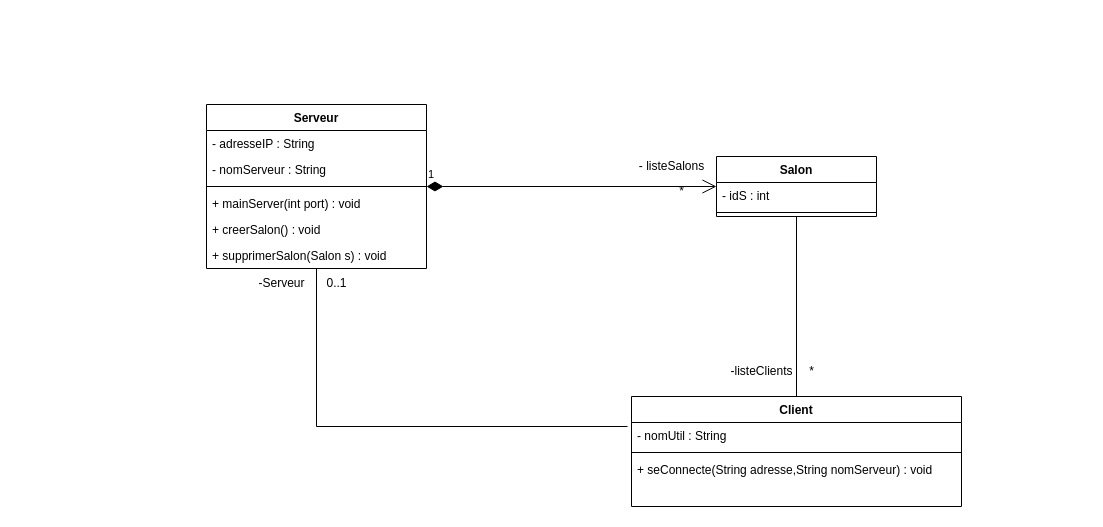
The draw.io diagram DiagrammeSAESysteme.drawio in RomainMartins45/SAE_Systeme, before the edit. Source tidied: cells renumbered, new cells numbered last; positions are measured from the earlier drawing's top-left corner, leaving out a move shared by most shapes. Both pictures are drawn from the tidied source at 100%, with x=0, y=0 at pixel (206, 104).
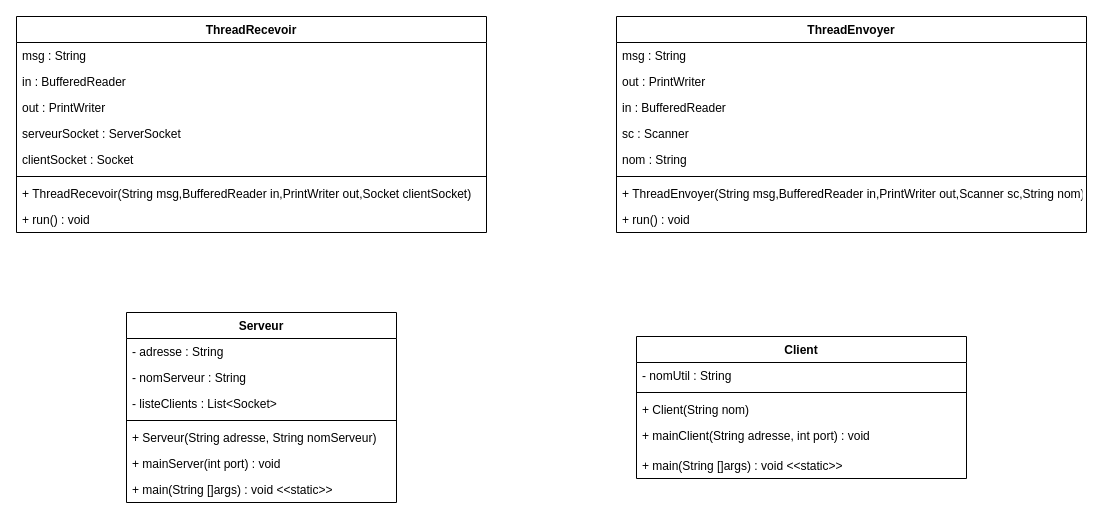
The same page after the edit.

Commit message:
modif diagram

The change refers to these unchanged cells:
```xml
<mxCell id="13" value="- nomUtil : String" style="text;strokeColor=none;fillColor=none;align=left;verticalAlign=top;spacingLeft=4;spacingRight=4;overflow=hidden;points=[[0,0.5],[1,0.5]];portConstraint=eastwest;" parent="12" vertex="1">
  <mxGeometry y="26" width="330" height="26" as="geometry" />
</mxCell>
```

The edit, as a diff of the source:
```diff
@@
     <mxCell id="2" value="Serveur" style="swimlane;fontStyle=1;align=center;verticalAlign=top;horizontal=1;startSize=26;" parent="1" vertex="1">
-      <mxGeometry width="220" height="164" as="geometry" />
+      <mxGeometry x="-80" y="208" width="270" height="190" as="geometry" />
     </mxCell>
-    <mxCell id="3" value="- adresseIP : String" style="text;strokeColor=none;fillColor=none;align=left;verticalAlign=top;spacingLeft=4;spacingRight=4;overflow=hidden;" parent="2" vertex="1">
-      <mxGeometry y="26" width="220" height="26" as="geometry" />
+    <mxCell id="3" value="- adresse : String" style="text;strokeColor=none;fillColor=none;align=left;verticalAlign=top;spacingLeft=4;spacingRight=4;overflow=hidden;" parent="2" vertex="1">
+      <mxGeometry y="26" width="270" height="26" as="geometry" />
     </mxCell>
     <mxCell id="4" value="- nomServeur : String" style="text;strokeColor=none;fillColor=none;align=left;verticalAlign=top;spacingLeft=4;spacingRight=4;overflow=hidden;" parent="2" vertex="1">
-      <mxGeometry y="52" width="220" height="26" as="geometry" />
+      <mxGeometry y="52" width="270" height="26" as="geometry" />
     </mxCell>
+    <mxCell id="25" value="- listeClients : List&lt;Socket&gt;" style="text;strokeColor=none;fillColor=none;align=left;verticalAlign=top;spacingLeft=4;spacingRight=4;overflow=hidden;" parent="2" vertex="1">
+      <mxGeometry y="78" width="270" height="26" as="geometry" />
+    </mxCell>
     <mxCell id="5" style="line;strokeWidth=1;fillColor=none;align=left;verticalAlign=middle;spacingTop=-1;spacingLeft=3;spacingRight=3;labelPosition=right;strokeColor=inherit;" parent="2" vertex="1">
-      <mxGeometry y="78" width="220" height="8" as="geometry" />
+      <mxGeometry y="104" width="270" height="8" as="geometry" />
     </mxCell>
+    <mxCell id="26" value="+ Serveur(String adresse, String nomServeur)" style="text;strokeColor=none;fillColor=none;align=left;verticalAlign=top;spacingLeft=4;spacingRight=4;overflow=hidden;" parent="2" vertex="1">
+      <mxGeometry y="112" width="270" height="26" as="geometry" />
+    </mxCell>
     <mxCell id="6" value="+ mainServer(int port) : void" style="text;strokeColor=none;fillColor=none;align=left;verticalAlign=top;spacingLeft=4;spacingRight=4;overflow=hidden;" parent="2" vertex="1">
-      <mxGeometry y="86" width="220" height="26" as="geometry" />
+      <mxGeometry y="138" width="270" height="26" as="geometry" />
     </mxCell>
-    <mxCell id="7" value="+ creerSalon() : void&#10;" style="text;strokeColor=none;fillColor=none;align=left;verticalAlign=top;spacingLeft=4;spacingRight=4;overflow=hidden;" parent="2" vertex="1">
-      <mxGeometry y="112" width="220" height="26" as="geometry" />
-    </mxCell>
-    <mxCell id="8" value="+ supprimerSalon(Salon s) : void" style="text;strokeColor=none;fillColor=none;align=left;verticalAlign=top;spacingLeft=4;spacingRight=4;overflow=hidden;" parent="2" vertex="1">
-      <mxGeometry y="138" width="220" height="26" as="geometry" />
-    </mxCell>
-    <mxCell id="9" value="Salon" style="swimlane;fontStyle=1;align=center;verticalAlign=top;horizontal=1;startSize=26;" parent="1" vertex="1">
-      <mxGeometry x="510" y="52" width="160" height="60" as="geometry" />
-    </mxCell>
-    <mxCell id="10" value="- idS : int" style="text;strokeColor=none;fillColor=none;align=left;verticalAlign=top;spacingLeft=4;spacingRight=4;overflow=hidden;" parent="9" vertex="1">
-      <mxGeometry y="26" width="160" height="26" as="geometry" />
-    </mxCell>
-    <mxCell id="11" style="line;strokeWidth=1;fillColor=none;align=left;verticalAlign=middle;spacingTop=-1;spacingLeft=3;spacingRight=3;labelPosition=right;strokeColor=inherit;" parent="9" vertex="1">
-      <mxGeometry y="52" width="160" height="8" as="geometry" />
-    </mxCell>
+    <mxCell id="27" value="+ main(String []args) : void &lt;&lt;static&gt;&gt;" style="text;strokeColor=none;fillColor=none;align=left;verticalAlign=top;spacingLeft=4;spacingRight=4;overflow=hidden;" parent="2" vertex="1">
+      <mxGeometry y="164" width="270" height="26" as="geometry" />
+    </mxCell>
     <mxCell id="12" value="Client" style="swimlane;fontStyle=1;align=center;verticalAlign=top;horizontal=1;startSize=26;" parent="1" vertex="1">
-      <mxGeometry x="425" y="292" width="330" height="110" as="geometry" />
+      <mxGeometry x="430" y="232" width="330" height="142" as="geometry" />
     </mxCell>
@@
+    <mxCell id="28" value="+ Client(String nom)" style="text;strokeColor=none;fillColor=none;align=left;verticalAlign=top;spacingLeft=4;spacingRight=4;overflow=hidden;" parent="12" vertex="1">
+      <mxGeometry y="60" width="330" height="26" as="geometry" />
+    </mxCell>
-    <mxCell id="15" value="+ seConnecte(String adresse,String nomServeur) : void" style="text;strokeColor=none;fillColor=none;align=left;verticalAlign=top;spacingLeft=4;spacingRight=4;overflow=hidden;" parent="12" vertex="1">
-      <mxGeometry y="60" width="330" height="50" as="geometry" />
+    <mxCell id="15" value="+ mainClient(String adresse, int port) : void" style="text;strokeColor=none;fillColor=none;align=left;verticalAlign=top;spacingLeft=4;spacingRight=4;overflow=hidden;" parent="12" vertex="1">
+      <mxGeometry y="86" width="330" height="30" as="geometry" />
     </mxCell>
-    <mxCell id="16" value="1" style="endArrow=open;html=1;endSize=12;startArrow=diamondThin;startSize=14;startFill=1;edgeStyle=orthogonalEdgeStyle;align=left;verticalAlign=bottom;rounded=0;exitX=1;exitY=0.5;exitDx=0;exitDy=0;entryX=0;entryY=0.5;entryDx=0;entryDy=0;" parent="1" edge="1" source="2" target="9">
-      <mxGeometry x="-1" y="3" relative="1" as="geometry" />
-    </mxCell>
-    <mxCell id="17" value="- listeSalons" style="text;html=1;align=center;verticalAlign=middle;strokeColor=none;fillColor=none;" parent="1" vertex="1">
-      <mxGeometry x="420" y="47" width="90" height="30" as="geometry" />
-    </mxCell>
-    <mxCell id="18" value="*" style="text;html=1;align=center;verticalAlign=middle;strokeColor=none;fillColor=none;" parent="1" vertex="1">
-      <mxGeometry x="460" y="72" width="30" height="30" as="geometry" />
-    </mxCell>
-    <mxCell id="19" style="endArrow=none;html=1;edgeStyle=orthogonalEdgeStyle;rounded=0;entryX=0.5;entryY=1;entryDx=0;entryDy=0;exitX=0.5;exitY=0;exitDx=0;exitDy=0;" parent="1" edge="1" source="12" target="9">
-      <mxGeometry relative="1" as="geometry" />
-    </mxCell>
-    <mxCell id="20" value="-listeClients" style="text;html=1;align=center;verticalAlign=middle;strokeColor=none;fillColor=none;" parent="1" vertex="1">
-      <mxGeometry x="510" y="252" width="90" height="30" as="geometry" />
-    </mxCell>
-    <mxCell id="21" value="*" style="text;html=1;align=center;verticalAlign=middle;strokeColor=none;fillColor=none;" parent="1" vertex="1">
-      <mxGeometry x="590" y="252" width="30" height="30" as="geometry" />
-    </mxCell>
-    <mxCell id="22" style="endArrow=none;html=1;edgeStyle=orthogonalEdgeStyle;rounded=0;entryX=-0.012;entryY=0.154;entryDx=0;entryDy=0;entryPerimeter=0;exitX=0.5;exitY=1;exitDx=0;exitDy=0;" parent="1" edge="1" source="2" target="13">
-      <mxGeometry relative="1" as="geometry" />
-    </mxCell>
-    <mxCell id="23" value="-Serveur" style="text;html=1;align=center;verticalAlign=middle;strokeColor=none;fillColor=none;" parent="1" vertex="1">
-      <mxGeometry x="40" y="164" width="70" height="30" as="geometry" />
-    </mxCell>
-    <mxCell id="24" value="0..1" style="text;html=1;align=center;verticalAlign=middle;strokeColor=none;fillColor=none;" parent="1" vertex="1">
-      <mxGeometry x="110" y="164" width="40" height="30" as="geometry" />
-    </mxCell>
+    <mxCell id="29" value="+ main(String []args) : void &lt;&lt;static&gt;&gt;" style="text;strokeColor=none;fillColor=none;align=left;verticalAlign=top;spacingLeft=4;spacingRight=4;overflow=hidden;" parent="12" vertex="1">
+      <mxGeometry y="116" width="330" height="26" as="geometry" />
+    </mxCell>
+    <mxCell id="30" value="ThreadRecevoir" style="swimlane;fontStyle=1;align=center;verticalAlign=top;horizontal=1;startSize=26;" parent="1" vertex="1">
+      <mxGeometry x="-190" y="-88" width="470" height="216" as="geometry" />
+    </mxCell>
+    <mxCell id="31" value="msg : String" style="text;strokeColor=none;fillColor=none;align=left;verticalAlign=top;spacingLeft=4;spacingRight=4;overflow=hidden;" parent="30" vertex="1">
+      <mxGeometry y="26" width="470" height="26" as="geometry" />
+    </mxCell>
+    <mxCell id="32" value="in : BufferedReader" style="text;strokeColor=none;fillColor=none;align=left;verticalAlign=top;spacingLeft=4;spacingRight=4;overflow=hidden;" parent="30" vertex="1">
+      <mxGeometry y="52" width="470" height="26" as="geometry" />
+    </mxCell>
+    <mxCell id="33" value="out : PrintWriter    " style="text;strokeColor=none;fillColor=none;align=left;verticalAlign=top;spacingLeft=4;spacingRight=4;overflow=hidden;" parent="30" vertex="1">
+      <mxGeometry y="78" width="470" height="26" as="geometry" />
+    </mxCell>
+    <mxCell id="34" value="serveurSocket : ServerSocket" style="text;strokeColor=none;fillColor=none;align=left;verticalAlign=top;spacingLeft=4;spacingRight=4;overflow=hidden;" parent="30" vertex="1">
+      <mxGeometry y="104" width="470" height="26" as="geometry" />
+    </mxCell>
+    <mxCell id="35" value="clientSocket : Socket" style="text;strokeColor=none;fillColor=none;align=left;verticalAlign=top;spacingLeft=4;spacingRight=4;overflow=hidden;" parent="30" vertex="1">
+      <mxGeometry y="130" width="470" height="26" as="geometry" />
+    </mxCell>
+    <mxCell id="36" style="line;strokeWidth=1;fillColor=none;align=left;verticalAlign=middle;spacingTop=-1;spacingLeft=3;spacingRight=3;labelPosition=right;strokeColor=inherit;" parent="30" vertex="1">
+      <mxGeometry y="156" width="470" height="8" as="geometry" />
+    </mxCell>
+    <mxCell id="37" value="+ ThreadRecevoir(String msg,BufferedReader in,PrintWriter out,Socket clientSocket)" style="text;strokeColor=none;fillColor=none;align=left;verticalAlign=top;spacingLeft=4;spacingRight=4;overflow=hidden;labelBackgroundColor=none;fontColor=#000000;" parent="30" vertex="1">
+      <mxGeometry y="164" width="470" height="26" as="geometry" />
+    </mxCell>
+    <mxCell id="38" value="+ run() : void" style="text;strokeColor=none;fillColor=none;align=left;verticalAlign=top;spacingLeft=4;spacingRight=4;overflow=hidden;" parent="30" vertex="1">
+      <mxGeometry y="190" width="470" height="26" as="geometry" />
+    </mxCell>
+    <mxCell id="39" value="ThreadEnvoyer" style="swimlane;fontStyle=1;align=center;verticalAlign=top;horizontal=1;startSize=26;" parent="1" vertex="1">
+      <mxGeometry x="410" y="-88" width="470" height="216" as="geometry" />
+    </mxCell>
+    <mxCell id="40" value="msg : String" style="text;strokeColor=none;fillColor=none;align=left;verticalAlign=top;spacingLeft=4;spacingRight=4;overflow=hidden;" parent="39" vertex="1">
+      <mxGeometry y="26" width="470" height="26" as="geometry" />
+    </mxCell>
+    <mxCell id="41" value="out : PrintWriter" style="text;strokeColor=none;fillColor=none;align=left;verticalAlign=top;spacingLeft=4;spacingRight=4;overflow=hidden;" parent="39" vertex="1">
+      <mxGeometry y="52" width="470" height="26" as="geometry" />
+    </mxCell>
+    <mxCell id="42" value="in : BufferedReader" style="text;strokeColor=none;fillColor=none;align=left;verticalAlign=top;spacingLeft=4;spacingRight=4;overflow=hidden;" parent="39" vertex="1">
+      <mxGeometry y="78" width="470" height="26" as="geometry" />
+    </mxCell>
+    <mxCell id="43" value="sc : Scanner" style="text;strokeColor=none;fillColor=none;align=left;verticalAlign=top;spacingLeft=4;spacingRight=4;overflow=hidden;" parent="39" vertex="1">
+      <mxGeometry y="104" width="470" height="26" as="geometry" />
+    </mxCell>
+    <mxCell id="44" value="nom : String" style="text;strokeColor=none;fillColor=none;align=left;verticalAlign=top;spacingLeft=4;spacingRight=4;overflow=hidden;" parent="39" vertex="1">
+      <mxGeometry y="130" width="470" height="26" as="geometry" />
+    </mxCell>
+    <mxCell id="45" style="line;strokeWidth=1;fillColor=none;align=left;verticalAlign=middle;spacingTop=-1;spacingLeft=3;spacingRight=3;labelPosition=right;strokeColor=inherit;" parent="39" vertex="1">
+      <mxGeometry y="156" width="470" height="8" as="geometry" />
+    </mxCell>
+    <mxCell id="46" value="+ ThreadEnvoyer(String msg,BufferedReader in,PrintWriter out,Scanner sc,String nom)" style="text;strokeColor=none;fillColor=none;align=left;verticalAlign=top;spacingLeft=4;spacingRight=4;overflow=hidden;" parent="39" vertex="1">
+      <mxGeometry y="164" width="470" height="26" as="geometry" />
+    </mxCell>
+    <mxCell id="47" value="+ run() : void" style="text;strokeColor=none;fillColor=none;align=left;verticalAlign=top;spacingLeft=4;spacingRight=4;overflow=hidden;" parent="39" vertex="1">
+      <mxGeometry y="190" width="470" height="26" as="geometry" />
+    </mxCell>
```
